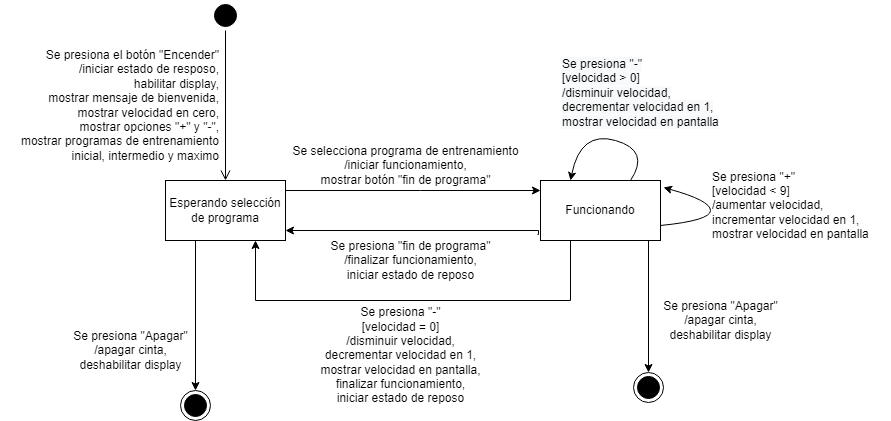
Above: Practica 4/ejercicio10.png in JuCenBer/IS1-Ingenieria_de_Software1 (draw.io), before the change. Source tidied: cells renumbered, new cells last; positions are measured from the earlier drawing's top-left corner, leaving out a move shared by most shapes.
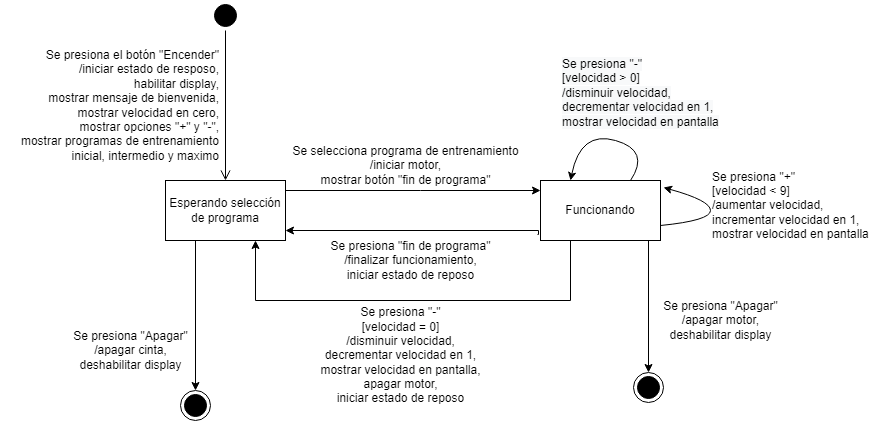
Above is the later version.

What changed in the source:
```diff
@@ -52,7 +52,7 @@
     <mxCell id="11" value="Funcionando" style="whiteSpace=wrap;html=1;strokeColor=#000000;" parent="1" vertex="1">
       <mxGeometry x="540" y="180" width="120" height="60" as="geometry" />
     </mxCell>
-    <mxCell id="12" value="Se selecciona programa de entrenamiento&lt;br&gt;/iniciar funcionamiento,&lt;br&gt;mostrar botón &quot;fin de programa&quot;" style="text;html=1;align=center;verticalAlign=middle;strokeColor=none;fillColor=none;" parent="1" vertex="1">
+    <mxCell id="12" value="Se selecciona programa de entrenamiento&lt;br&gt;/iniciar motor,&lt;br&gt;mostrar botón &quot;fin de programa&quot;" style="text;html=1;align=center;verticalAlign=middle;strokeColor=none;fillColor=none;" parent="1" vertex="1">
       <mxGeometry x="280" y="135" width="250" height="60" as="geometry" />
     </mxCell>
     <mxCell id="13" value="Se presiona &quot;fin de programa&quot;&lt;br&gt;/finalizar funcionamiento,&lt;br&gt;iniciar estado de reposo" style="text;html=1;align=center;verticalAlign=middle;strokeColor=none;fillColor=none;" parent="1" vertex="1">
@@ -80,7 +80,7 @@
     <mxCell id="17" value="&lt;span style=&quot;color: rgb(0, 0, 0); font-family: Helvetica; font-size: 12px; font-style: normal; font-variant-ligatures: normal; font-variant-caps: normal; font-weight: 400; letter-spacing: normal; orphans: 2; text-align: center; text-indent: 0px; text-transform: none; widows: 2; word-spacing: 0px; -webkit-text-stroke-width: 0px; background-color: rgb(248, 249, 250); text-decoration-thickness: initial; text-decoration-style: initial; text-decoration-color: initial; float: none; display: inline !important;&quot;&gt;Se presiona &quot;-&quot;&lt;/span&gt;&lt;br style=&quot;color: rgb(0, 0, 0); font-family: Helvetica; font-size: 12px; font-style: normal; font-variant-ligatures: normal; font-variant-caps: normal; font-weight: 400; letter-spacing: normal; orphans: 2; text-align: center; text-indent: 0px; text-transform: none; widows: 2; word-spacing: 0px; -webkit-text-stroke-width: 0px; background-color: rgb(248, 249, 250); text-decoration-thickness: initial; text-decoration-style: initial; text-decoration-color: initial;&quot;&gt;&lt;span style=&quot;color: rgb(0, 0, 0); font-family: Helvetica; font-size: 12px; font-style: normal; font-variant-ligatures: normal; font-variant-caps: normal; font-weight: 400; letter-spacing: normal; orphans: 2; text-align: center; text-indent: 0px; text-transform: none; widows: 2; word-spacing: 0px; -webkit-text-stroke-width: 0px; background-color: rgb(248, 249, 250); text-decoration-thickness: initial; text-decoration-style: initial; text-decoration-color: initial; float: none; display: inline !important;&quot;&gt;[velocidad &amp;gt; 0]&lt;/span&gt;&lt;br style=&quot;color: rgb(0, 0, 0); font-family: Helvetica; font-size: 12px; font-style: normal; font-variant-ligatures: normal; font-variant-caps: normal; font-weight: 400; letter-spacing: normal; orphans: 2; text-align: center; text-indent: 0px; text-transform: none; widows: 2; word-spacing: 0px; -webkit-text-stroke-width: 0px; background-color: rgb(248, 249, 250); text-decoration-thickness: initial; text-decoration-style: initial; text-decoration-color: initial;&quot;&gt;&lt;span style=&quot;color: rgb(0, 0, 0); font-family: Helvetica; font-size: 12px; font-style: normal; font-variant-ligatures: normal; font-variant-caps: normal; font-weight: 400; letter-spacing: normal; orphans: 2; text-align: center; text-indent: 0px; text-transform: none; widows: 2; word-spacing: 0px; -webkit-text-stroke-width: 0px; background-color: rgb(248, 249, 250); text-decoration-thickness: initial; text-decoration-style: initial; text-decoration-color: initial; float: none; display: inline !important;&quot;&gt;/disminuir velocidad,&lt;/span&gt;&lt;br style=&quot;color: rgb(0, 0, 0); font-family: Helvetica; font-size: 12px; font-style: normal; font-variant-ligatures: normal; font-variant-caps: normal; font-weight: 400; letter-spacing: normal; orphans: 2; text-align: center; text-indent: 0px; text-transform: none; widows: 2; word-spacing: 0px; -webkit-text-stroke-width: 0px; background-color: rgb(248, 249, 250); text-decoration-thickness: initial; text-decoration-style: initial; text-decoration-color: initial;&quot;&gt;&lt;span style=&quot;color: rgb(0, 0, 0); font-family: Helvetica; font-size: 12px; font-style: normal; font-variant-ligatures: normal; font-variant-caps: normal; font-weight: 400; letter-spacing: normal; orphans: 2; text-align: center; text-indent: 0px; text-transform: none; widows: 2; word-spacing: 0px; -webkit-text-stroke-width: 0px; background-color: rgb(248, 249, 250); text-decoration-thickness: initial; text-decoration-style: initial; text-decoration-color: initial; float: none; display: inline !important;&quot;&gt;decrementar velocidad en 1,&lt;/span&gt;&lt;br style=&quot;color: rgb(0, 0, 0); font-family: Helvetica; font-size: 12px; font-style: normal; font-variant-ligatures: normal; font-variant-caps: normal; font-weight: 400; letter-spacing: normal; orphans: 2; text-align: center; text-indent: 0px; text-transform: none; widows: 2; word-spacing: 0px; -webkit-text-stroke-width: 0px; background-color: rgb(248, 249, 250); text-decoration-thickness: initial; text-decoration-style: initial; text-decoration-color: initial;&quot;&gt;&lt;span style=&quot;color: rgb(0, 0, 0); font-family: Helvetica; font-size: 12px; font-style: normal; font-variant-ligatures: normal; font-variant-caps: normal; font-weight: 400; letter-spacing: normal; orphans: 2; text-align: center; text-indent: 0px; text-transform: none; widows: 2; word-spacing: 0px; -webkit-text-stroke-width: 0px; background-color: rgb(248, 249, 250); text-decoration-thickness: initial; text-decoration-style: initial; text-decoration-color: initial; float: none; display: inline !important;&quot;&gt;mostrar velocidad en pantalla&lt;/span&gt;" style="text;whiteSpace=wrap;html=1;" parent="1" vertex="1">
       <mxGeometry x="560" y="50" width="190" height="100" as="geometry" />
     </mxCell>
-    <mxCell id="18" value="&lt;span style=&quot;&quot;&gt;Se presiona &quot;-&quot;&lt;/span&gt;&lt;br style=&quot;&quot;&gt;&lt;span style=&quot;&quot;&gt;[velocidad = 0]&lt;/span&gt;&lt;br style=&quot;&quot;&gt;&lt;span style=&quot;&quot;&gt;/disminuir velocidad,&lt;/span&gt;&lt;br style=&quot;&quot;&gt;&lt;span style=&quot;&quot;&gt;decrementar velocidad en 1,&lt;br&gt;&lt;/span&gt;mostrar velocidad en pantalla,&lt;br&gt;finalizar funcionamiento,&lt;br&gt;iniciar estado de reposo" style="text;html=1;align=center;verticalAlign=middle;strokeColor=none;fillColor=none;" parent="1" vertex="1">
+    <mxCell id="18" value="&lt;span style=&quot;&quot;&gt;Se presiona &quot;-&quot;&lt;/span&gt;&lt;br style=&quot;&quot;&gt;&lt;span style=&quot;&quot;&gt;[velocidad = 0]&lt;/span&gt;&lt;br style=&quot;&quot;&gt;&lt;span style=&quot;&quot;&gt;/disminuir velocidad,&lt;/span&gt;&lt;br style=&quot;&quot;&gt;&lt;span style=&quot;&quot;&gt;decrementar velocidad en 1,&lt;br&gt;&lt;/span&gt;mostrar velocidad en pantalla,&lt;br&gt;apagar motor,&lt;br&gt;iniciar estado de reposo" style="text;html=1;align=center;verticalAlign=middle;strokeColor=none;fillColor=none;" parent="1" vertex="1">
       <mxGeometry x="310" y="300" width="180" height="110" as="geometry" />
     </mxCell>
     <mxCell id="19" style="ellipse;html=1;shape=endState;fillColor=#000000;strokeColor=#000000;" parent="1" vertex="1">
@@ -92,7 +92,7 @@
     <mxCell id="21" style="ellipse;html=1;shape=endState;fillColor=#000000;strokeColor=#000000;" parent="1" vertex="1">
       <mxGeometry x="633" y="372" width="30" height="30" as="geometry" />
     </mxCell>
-    <mxCell id="22" value="Se presiona &quot;Apagar&quot;&lt;br&gt;/apagar cinta,&lt;br&gt;deshabilitar display" style="text;html=1;align=center;verticalAlign=middle;strokeColor=none;fillColor=none;" parent="1" vertex="1">
+    <mxCell id="22" value="Se presiona &quot;Apagar&quot;&lt;br&gt;/apagar motor,&lt;br&gt;deshabilitar display" style="text;html=1;align=center;verticalAlign=middle;strokeColor=none;fillColor=none;" parent="1" vertex="1">
       <mxGeometry x="650" y="290" width="140" height="60" as="geometry" />
     </mxCell>
   </root>
```
